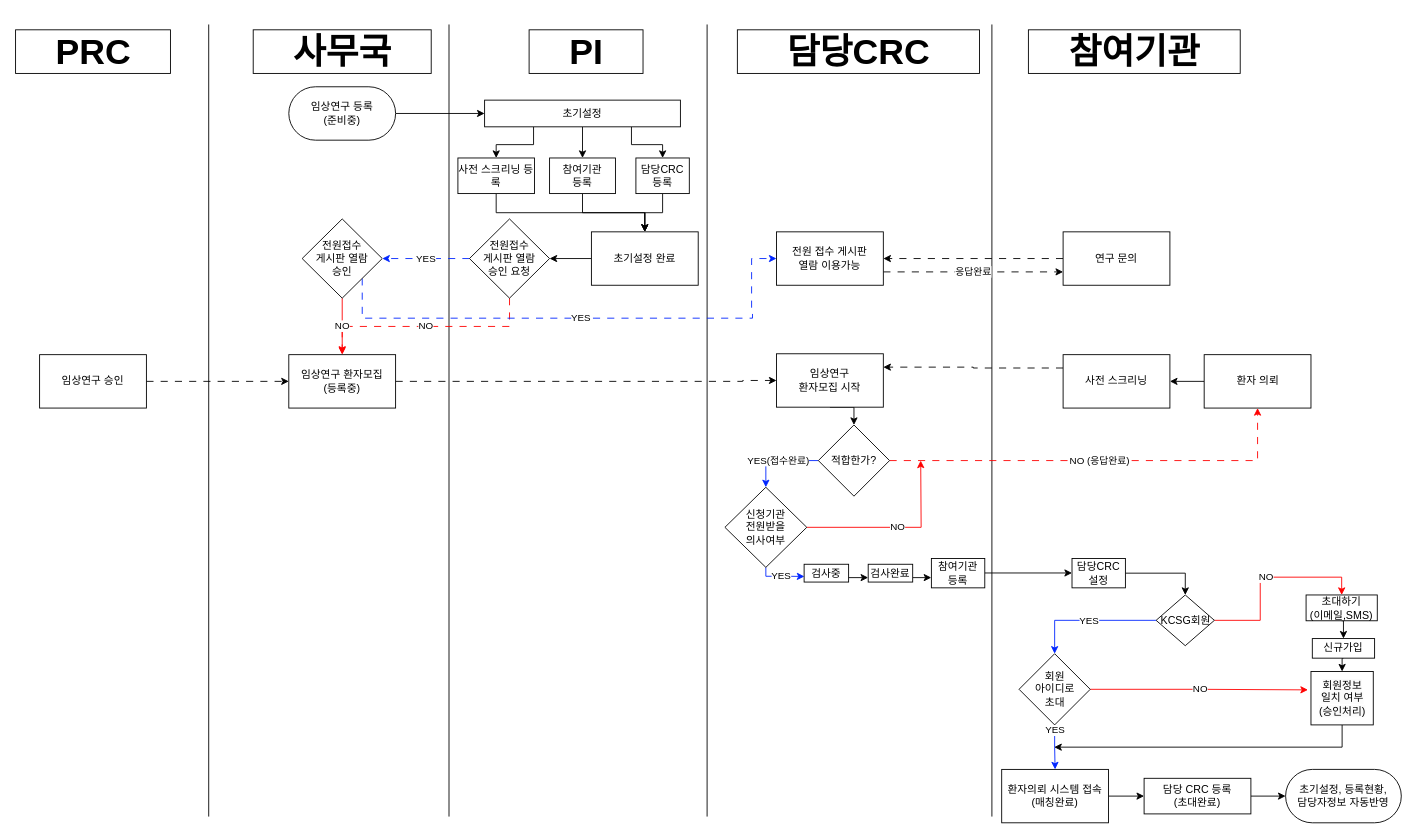
The draw.io diagram page "Process" (1 of 2) of Algo/withSystem.drawio in Mark1237200/Projects, before the edit. Source tidied: cells renumbered, new cells numbered last; positions are measured from the earlier drawing's top-left corner, leaving out a move shared by most shapes. Both pictures are drawn from the tidied source at 89%, with x=0, y=0 at pixel (39, 24).
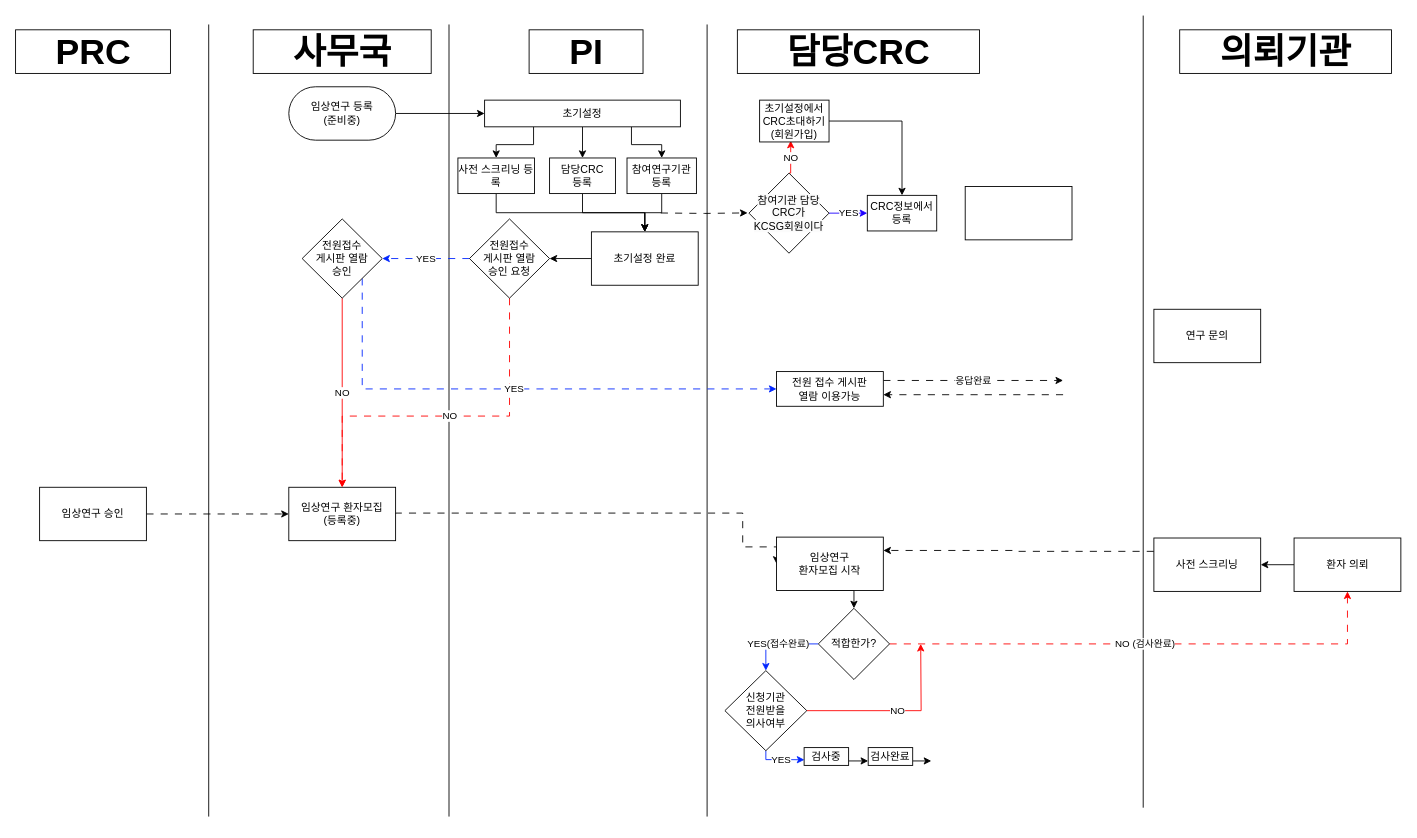
The same page after the edit.

Commit message:
KCSG process 1.3

The change refers to these unchanged cells:
```xml
<mxCell id="44" value="전원접수&lt;br&gt;게시판 열람&lt;br&gt;승인 요청" style="rhombus;whiteSpace=wrap;html=1;" parent="1" vertex="1">
  <mxGeometry x="483" y="218.5" width="90" height="89" as="geometry" />
</mxCell>
<mxCell id="47" value="전원접수&lt;br&gt;게시판 열람&lt;br&gt;승인" style="rhombus;whiteSpace=wrap;html=1;" parent="1" vertex="1">
  <mxGeometry x="295" y="218.5" width="90" height="89" as="geometry" />
</mxCell>
```

Diff of the diagram source:
```diff
@@
     <mxCell id="9" style="edgeStyle=orthogonalEdgeStyle;rounded=0;jettySize=auto;html=1;exitX=1;exitY=0.5;exitDx=0;exitDy=0;dashed=1;dashPattern=8 8;entryX=0;entryY=0.5;entryDx=0;entryDy=0;" parent="1" edge="1" source="10" target="54">
       <mxGeometry relative="1" as="geometry">
         <Array as="points">
-          <mxPoint x="790" y="400" />
+          <mxPoint x="790" y="549" />
+          <mxPoint x="790" y="587" />
         </Array>
       </mxGeometry>
     </mxCell>
     <mxCell id="10" value="임상연구 환자모집&lt;br&gt;(등록중)" style="rounded=0;whiteSpace=wrap;html=1;" parent="1" vertex="1">
-      <mxGeometry x="280" y="371" width="120" height="60" as="geometry" />
+      <mxGeometry x="280" y="520" width="120" height="60" as="geometry" />
     </mxCell>
     <mxCell id="11" style="endArrow=none;html=1;rounded=0;" parent="1" edge="1">
       <mxGeometry relative="1" as="geometry">
-        <mxPoint x="1070" y="890" as="sourcePoint" />
-        <mxPoint x="1070" as="targetPoint" />
+        <mxPoint x="1240" y="880" as="sourcePoint" />
+        <mxPoint x="1240" y="-10" as="targetPoint" />
       </mxGeometry>
     </mxCell>
-    <mxCell id="12" value="&amp;nbsp; &amp;nbsp; 참여기관&amp;nbsp; &amp;nbsp;&amp;nbsp;" style="text;strokeColor=none;fillColor=none;html=1;fontSize=40;fontStyle=1;verticalAlign=middle;align=center;labelBackgroundColor=#ffffff;labelBorderColor=default;" parent="1" vertex="1">
-      <mxGeometry x="1150" y="10" width="160" height="40" as="geometry" />
+    <mxCell id="12" value="&amp;nbsp; &amp;nbsp; 의뢰기관&amp;nbsp; &amp;nbsp;&amp;nbsp;" style="text;strokeColor=none;fillColor=none;html=1;fontSize=40;fontStyle=1;verticalAlign=middle;align=center;labelBackgroundColor=#ffffff;labelBorderColor=default;" parent="1" vertex="1">
+      <mxGeometry x="1320" y="10" width="160" height="40" as="geometry" />
     </mxCell>
-    <mxCell id="13" style="edgeStyle=orthogonalEdgeStyle;rounded=0;jettySize=auto;html=1;exitX=1;exitY=0.5;exitDx=0;exitDy=0;entryX=0;entryY=0.5;entryDx=0;entryDy=0;" parent="1" edge="1" source="14" target="26">
-      <mxGeometry relative="1" as="geometry" />
-    </mxCell>
-    <mxCell id="14" value="환자의뢰 시스템 접속&lt;br style=&quot;border-color: var(--border-color);&quot;&gt;(매칭완료)" style="whiteSpace=wrap;html=1;" parent="1" vertex="1">
-      <mxGeometry x="1081" y="837" width="120" height="60" as="geometry" />
-    </mxCell>
-    <mxCell id="15" style="edgeStyle=orthogonalEdgeStyle;rounded=0;jettySize=auto;html=1;exitX=0.5;exitY=1;exitDx=0;exitDy=0;entryX=0.5;entryY=0;entryDx=0;entryDy=0;" parent="1" edge="1" source="16" target="24">
-      <mxGeometry relative="1" as="geometry" />
-    </mxCell>
-    <mxCell id="16" value="신규가입" style="whiteSpace=wrap;html=1;" parent="1" vertex="1">
-      <mxGeometry x="1430" y="690" width="70" height="22" as="geometry" />
-    </mxCell>
-    <mxCell id="17" value="NO" style="edgeStyle=orthogonalEdgeStyle;rounded=0;jettySize=auto;html=1;exitX=1;exitY=0.5;exitDx=0;exitDy=0;entryX=0.5;entryY=0;entryDx=0;entryDy=0;strokeColor=#ff0000;" parent="1" edge="1" source="18" target="75">
-      <mxGeometry relative="1" as="geometry" />
-    </mxCell>
-    <mxCell id="18" value="KCSG회원" style="rhombus;whiteSpace=wrap;html=1;" parent="1" vertex="1">
-      <mxGeometry x="1254.5" y="641" width="65.5" height="57" as="geometry" />
-    </mxCell>
-    <mxCell id="19" value="YES" style="edgeStyle=orthogonalEdgeStyle;rounded=0;jettySize=auto;html=1;entryX=0.5;entryY=0;entryDx=0;entryDy=0;fillColor=#0050ef;strokeColor=#0026ff;" parent="1" edge="1" source="18" target="22">
-      <mxGeometry relative="1" as="geometry" />
-    </mxCell>
-    <mxCell id="20" value="YES" style="edgeStyle=orthogonalEdgeStyle;rounded=0;jettySize=auto;html=1;exitX=0.5;exitY=1;exitDx=0;exitDy=0;entryX=0.5;entryY=0;entryDx=0;entryDy=0;fillColor=#0050ef;strokeColor=#0026ff;" parent="1" edge="1" source="22" target="14">
-      <mxGeometry x="-0.76" relative="1" as="geometry" />
-    </mxCell>
-    <mxCell id="21" value="NO" style="edgeStyle=orthogonalEdgeStyle;rounded=0;jettySize=auto;html=1;exitX=1;exitY=0.5;exitDx=0;exitDy=0;entryX=-0.048;entryY=0.344;entryDx=0;entryDy=0;entryPerimeter=0;strokeColor=#ff0000;" parent="1" edge="1" source="22" target="24">
-      <mxGeometry relative="1" as="geometry" />
-    </mxCell>
-    <mxCell id="22" value="회원&lt;br&gt;아이디로&lt;br&gt;초대" style="rhombus;whiteSpace=wrap;html=1;" parent="1" vertex="1">
-      <mxGeometry x="1100.5" y="707" width="80" height="80" as="geometry" />
-    </mxCell>
-    <mxCell id="23" style="edgeStyle=orthogonalEdgeStyle;rounded=0;jettySize=auto;html=1;exitX=0.5;exitY=1;exitDx=0;exitDy=0;" parent="1" edge="1" source="24">
-      <mxGeometry relative="1" as="geometry">
-        <mxPoint x="1140" y="812" as="targetPoint" />
-        <Array as="points">
-          <mxPoint x="1463" y="812" />
-        </Array>
-      </mxGeometry>
-    </mxCell>
-    <mxCell id="24" value="&lt;span style=&quot;color: rgb(0, 0, 0); font-family: Helvetica; font-size: 12px; font-style: normal; font-variant-ligatures: normal; font-variant-caps: normal; font-weight: 400; letter-spacing: normal; orphans: 2; text-align: center; text-indent: 0px; text-transform: none; widows: 2; word-spacing: 0px; -webkit-text-stroke-width: 0px; background-color: rgb(251, 251, 251); text-decoration-thickness: initial; text-decoration-style: initial; text-decoration-color: initial; float: none; display: inline !important;&quot;&gt;회원정보&lt;/span&gt;&lt;br style=&quot;border-color: var(--border-color); color: rgb(0, 0, 0); font-family: Helvetica; font-size: 12px; font-style: normal; font-variant-ligatures: normal; font-variant-caps: normal; font-weight: 400; letter-spacing: normal; orphans: 2; text-align: center; text-indent: 0px; text-transform: none; widows: 2; word-spacing: 0px; -webkit-text-stroke-width: 0px; background-color: rgb(251, 251, 251); text-decoration-thickness: initial; text-decoration-style: initial; text-decoration-color: initial;&quot;&gt;&lt;span style=&quot;color: rgb(0, 0, 0); font-family: Helvetica; font-size: 12px; font-style: normal; font-variant-ligatures: normal; font-variant-caps: normal; font-weight: 400; letter-spacing: normal; orphans: 2; text-align: center; text-indent: 0px; text-transform: none; widows: 2; word-spacing: 0px; -webkit-text-stroke-width: 0px; background-color: rgb(251, 251, 251); text-decoration-thickness: initial; text-decoration-style: initial; text-decoration-color: initial; float: none; display: inline !important;&quot;&gt;일치 여부&lt;/span&gt;&lt;br style=&quot;border-color: var(--border-color); color: rgb(0, 0, 0); font-family: Helvetica; font-size: 12px; font-style: normal; font-variant-ligatures: normal; font-variant-caps: normal; font-weight: 400; letter-spacing: normal; orphans: 2; text-align: center; text-indent: 0px; text-transform: none; widows: 2; word-spacing: 0px; -webkit-text-stroke-width: 0px; background-color: rgb(251, 251, 251); text-decoration-thickness: initial; text-decoration-style: initial; text-decoration-color: initial;&quot;&gt;&lt;span style=&quot;color: rgb(0, 0, 0); font-family: Helvetica; font-size: 12px; font-style: normal; font-variant-ligatures: normal; font-variant-caps: normal; font-weight: 400; letter-spacing: normal; orphans: 2; text-align: center; text-indent: 0px; text-transform: none; widows: 2; word-spacing: 0px; -webkit-text-stroke-width: 0px; background-color: rgb(251, 251, 251); text-decoration-thickness: initial; text-decoration-style: initial; text-decoration-color: initial; float: none; display: inline !important;&quot;&gt;(승인처리)&lt;/span&gt;" style="whiteSpace=wrap;html=1;" parent="1" vertex="1">
-      <mxGeometry x="1428.5" y="727" width="70" height="60" as="geometry" />
-    </mxCell>
-    <mxCell id="25" style="edgeStyle=orthogonalEdgeStyle;rounded=0;jettySize=auto;html=1;exitX=1;exitY=0.5;exitDx=0;exitDy=0;entryX=0;entryY=0.5;entryDx=0;entryDy=0;" parent="1" edge="1" source="26" target="27">
-      <mxGeometry relative="1" as="geometry" />
-    </mxCell>
-    <mxCell id="26" value="담당 CRC 등록&lt;br&gt;(초대완료)" style="whiteSpace=wrap;html=1;" parent="1" vertex="1">
-      <mxGeometry x="1241" y="847" width="120" height="40" as="geometry" />
-    </mxCell>
-    <mxCell id="27" value="초기설정, 등록현황,&lt;br&gt;담당자정보 자동반영" style="rounded=1;whiteSpace=wrap;html=1;arcSize=50;" parent="1" vertex="1">
-      <mxGeometry x="1400" y="837" width="130" height="60" as="geometry" />
-    </mxCell>
@@
-    <mxCell id="33" value="참여기관&lt;br&gt;등록" style="rounded=0;whiteSpace=wrap;html=1;" parent="1" vertex="1">
+    <mxCell id="33" value="담당CRC&lt;br&gt;등록" style="rounded=0;whiteSpace=wrap;html=1;" parent="1" vertex="1">
       <mxGeometry x="573" y="150" width="74" height="40" as="geometry" />
     </mxCell>
@@
-    <mxCell id="35" value="담당CRC&lt;br&gt;등록" style="rounded=0;whiteSpace=wrap;html=1;" parent="1" vertex="1">
-      <mxGeometry x="670" y="150" width="60" height="40" as="geometry" />
+    <mxCell id="35" value="참여연구기관 등록" style="rounded=0;whiteSpace=wrap;html=1;" parent="1" vertex="1">
+      <mxGeometry x="660" y="150" width="78" height="40" as="geometry" />
     </mxCell>
@@
-    <mxCell id="40" style="edgeStyle=orthogonalEdgeStyle;rounded=0;jettySize=auto;html=1;exitX=0;exitY=0.5;exitDx=0;exitDy=0;entryX=1;entryY=0.5;entryDx=0;entryDy=0;dashed=1;dashPattern=8 8;" parent="1" edge="1" source="41" target="51">
-      <mxGeometry relative="1" as="geometry" />
+    <mxCell id="40" style="edgeStyle=orthogonalEdgeStyle;rounded=0;orthogonalLoop=1;jettySize=auto;html=1;exitX=0;exitY=0.5;exitDx=0;exitDy=0;entryX=1;entryY=0.5;entryDx=0;entryDy=0;dashed=1;dashPattern=8 8;" parent="1" edge="1">
+      <mxGeometry relative="1" as="geometry">
+        <mxPoint x="1150" y="416" as="sourcePoint" />
+        <mxPoint x="948" y="416" as="targetPoint" />
+      </mxGeometry>
     </mxCell>
     <mxCell id="41" value="연구 문의" style="rounded=0;whiteSpace=wrap;html=1;" parent="1" vertex="1">
-      <mxGeometry x="1150" y="233" width="120" height="60" as="geometry" />
+      <mxGeometry x="1252" y="320" width="120" height="60" as="geometry" />
     </mxCell>
     <mxCell id="42" value="NO" style="edgeStyle=orthogonalEdgeStyle;rounded=0;jettySize=auto;html=1;exitX=0.5;exitY=1;exitDx=0;exitDy=0;entryX=0.5;entryY=0;entryDx=0;entryDy=0;dashed=1;dashPattern=8 8;fillColor=#e51400;strokeColor=#ff0000;" parent="1" edge="1" source="44" target="10">
-      <mxGeometry relative="1" as="geometry" />
+      <mxGeometry relative="1" as="geometry">
+        <Array as="points">
+          <mxPoint x="528" y="440" />
+          <mxPoint x="340" y="440" />
+        </Array>
+      </mxGeometry>
     </mxCell>
@@
     <mxCell id="45" value="NO" style="edgeStyle=orthogonalEdgeStyle;rounded=0;jettySize=auto;html=1;exitX=0.5;exitY=1;exitDx=0;exitDy=0;fillColor=#d80073;strokeColor=#ff0000;" parent="1" edge="1" source="47">
       <mxGeometry relative="1" as="geometry">
-        <mxPoint x="340" y="370" as="targetPoint" />
+        <mxPoint x="340" y="520" as="targetPoint" />
       </mxGeometry>
     </mxCell>
     <mxCell id="46" value="YES" style="edgeStyle=orthogonalEdgeStyle;rounded=0;jettySize=auto;html=1;exitX=1;exitY=1;exitDx=0;exitDy=0;dashed=1;dashPattern=8 8;entryX=0;entryY=0.5;entryDx=0;entryDy=0;fillColor=#0050ef;strokeColor=#0026ff;" parent="1" edge="1" source="47" target="51">
       <mxGeometry relative="1" as="geometry">
         <Array as="points">
-          <mxPoint x="363" y="330" />
-          <mxPoint x="801" y="330" />
-          <mxPoint x="801" y="320" />
-          <mxPoint x="800" y="320" />
-          <mxPoint x="800" y="263" />
+          <mxPoint x="363" y="410" />
         </Array>
       </mxGeometry>
     </mxCell>
@@
     <mxCell id="49" value="사전 스크리닝" style="rounded=0;whiteSpace=wrap;html=1;" parent="1" vertex="1">
-      <mxGeometry x="1150" y="371" width="120" height="60" as="geometry" />
+      <mxGeometry x="1252" y="577" width="120" height="60" as="geometry" />
     </mxCell>
-    <mxCell id="50" value="응답완료" style="edgeStyle=orthogonalEdgeStyle;rounded=0;jettySize=auto;html=1;exitX=1;exitY=0.75;exitDx=0;exitDy=0;entryX=0;entryY=0.75;entryDx=0;entryDy=0;dashed=1;dashPattern=8 8;" parent="1" edge="1" source="51" target="41">
-      <mxGeometry relative="1" as="geometry" />
+    <mxCell id="50" value="응답완료" style="edgeStyle=orthogonalEdgeStyle;rounded=0;orthogonalLoop=1;jettySize=auto;html=1;exitX=1;exitY=0.75;exitDx=0;exitDy=0;entryX=0;entryY=0.75;entryDx=0;entryDy=0;dashed=1;dashPattern=8 8;" parent="1" edge="1">
+      <mxGeometry relative="1" as="geometry">
+        <mxPoint x="948" y="400" as="sourcePoint" />
+        <mxPoint x="1150" y="400" as="targetPoint" />
+      </mxGeometry>
     </mxCell>
     <mxCell id="51" value="전원 접수 게시판&lt;br&gt;열람 이용가능" style="rounded=0;whiteSpace=wrap;html=1;" parent="1" vertex="1">
-      <mxGeometry x="828" y="233" width="120" height="60" as="geometry" />
+      <mxGeometry x="828" y="390" width="120" height="39" as="geometry" />
     </mxCell>
-    <mxCell id="52" value="NO (응답완료)" style="edgeStyle=orthogonalEdgeStyle;rounded=0;jettySize=auto;html=1;exitX=1;exitY=0.5;exitDx=0;exitDy=0;entryX=0.5;entryY=1;entryDx=0;entryDy=0;dashed=1;dashPattern=8 8;strokeColor=#ff0000;" parent="1" edge="1" source="58" target="56">
+    <mxCell id="52" value="NO (검사완료)" style="edgeStyle=orthogonalEdgeStyle;rounded=0;jettySize=auto;html=1;exitX=1;exitY=0.5;exitDx=0;exitDy=0;entryX=0.5;entryY=1;entryDx=0;entryDy=0;dashed=1;dashPattern=8 8;strokeColor=#ff0000;" parent="1" edge="1" source="58" target="56">
       <mxGeometry relative="1" as="geometry" />
     </mxCell>
@@
     <mxCell id="54" value="임상연구&lt;br&gt;환자모집 시작" style="rounded=0;whiteSpace=wrap;html=1;" parent="1" vertex="1">
-      <mxGeometry x="828" y="370" width="120" height="60" as="geometry" />
+      <mxGeometry x="828" y="576" width="120" height="60" as="geometry" />
     </mxCell>
@@
     <mxCell id="56" value="환자 의뢰" style="rounded=0;whiteSpace=wrap;html=1;" parent="1" vertex="1">
-      <mxGeometry x="1308.5" y="371" width="120" height="60" as="geometry" />
+      <mxGeometry x="1409.5" y="577" width="120" height="60" as="geometry" />
     </mxCell>
@@
     <mxCell id="58" value="적합한가?" style="rhombus;whiteSpace=wrap;html=1;" parent="1" vertex="1">
-      <mxGeometry x="875" y="450" width="80" height="80" as="geometry" />
+      <mxGeometry x="875" y="656" width="80" height="80" as="geometry" />
     </mxCell>
     <mxCell id="59" value="NO" style="edgeStyle=orthogonalEdgeStyle;rounded=0;jettySize=auto;html=1;exitX=1;exitY=0.5;exitDx=0;exitDy=0;strokeColor=#ff0000;" parent="1" edge="1" source="61">
       <mxGeometry relative="1" as="geometry">
-        <mxPoint x="990" y="490" as="targetPoint" />
+        <mxPoint x="990" y="696" as="targetPoint" />
       </mxGeometry>
     </mxCell>
     <mxCell id="60" value="YES" style="edgeStyle=orthogonalEdgeStyle;rounded=0;jettySize=auto;html=1;exitX=0.5;exitY=1;exitDx=0;exitDy=0;entryX=0.007;entryY=0.685;entryDx=0;entryDy=0;entryPerimeter=0;fillColor=#0050ef;strokeColor=#0026ff;" parent="1" edge="1" source="61" target="65">
       <mxGeometry relative="1" as="geometry">
         <Array as="points">
-          <mxPoint x="816" y="620" />
-          <mxPoint x="840" y="620" />
+          <mxPoint x="816" y="826" />
+          <mxPoint x="840" y="826" />
         </Array>
       </mxGeometry>
     </mxCell>
     <mxCell id="61" value="신청기관&lt;br&gt;전원받을&lt;br&gt;의사여부" style="rhombus;whiteSpace=wrap;html=1;" parent="1" vertex="1">
-      <mxGeometry x="770" y="520" width="92" height="90" as="geometry" />
+      <mxGeometry x="770" y="726" width="92" height="90" as="geometry" />
     </mxCell>
-    <mxCell id="62" style="edgeStyle=orthogonalEdgeStyle;rounded=0;jettySize=auto;html=1;exitX=1;exitY=0.75;exitDx=0;exitDy=0;entryX=-0.001;entryY=0.655;entryDx=0;entryDy=0;entryPerimeter=0;" parent="1" edge="1" source="63" target="67">
-      <mxGeometry relative="1" as="geometry" />
+    <mxCell id="62" style="edgeStyle=orthogonalEdgeStyle;rounded=0;jettySize=auto;html=1;exitX=1;exitY=0.75;exitDx=0;exitDy=0;entryX=-0.001;entryY=0.655;entryDx=0;entryDy=0;entryPerimeter=0;" parent="1" edge="1" source="63">
+      <mxGeometry relative="1" as="geometry">
+        <mxPoint x="1001.9" y="827.6" as="targetPoint" />
+      </mxGeometry>
     </mxCell>
     <mxCell id="63" value="검사완료" style="rounded=0;whiteSpace=wrap;html=1;" parent="1" vertex="1">
-      <mxGeometry x="931" y="606.5" width="50" height="20" as="geometry" />
+      <mxGeometry x="931" y="812.5" width="50" height="20" as="geometry" />
     </mxCell>
@@
     <mxCell id="65" value="검사중" style="rounded=0;whiteSpace=wrap;html=1;" parent="1" vertex="1">
-      <mxGeometry x="859" y="606.5" width="50" height="20" as="geometry" />
+      <mxGeometry x="859" y="812.5" width="50" height="20" as="geometry" />
     </mxCell>
-    <mxCell id="66" style="edgeStyle=orthogonalEdgeStyle;rounded=0;orthogonalLoop=1;jettySize=auto;html=1;exitX=1;exitY=0.75;exitDx=0;exitDy=0;" parent="1" edge="1">
-      <mxGeometry relative="1" as="geometry">
-        <mxPoint x="1062" y="616.3" as="sourcePoint" />
-        <mxPoint x="1160" y="616.3" as="targetPoint" />
-      </mxGeometry>
-    </mxCell>
-    <mxCell id="67" value="참여기관&lt;br&gt;등록" style="rounded=0;whiteSpace=wrap;html=1;" parent="1" vertex="1">
-      <mxGeometry x="1002" y="600" width="60" height="33" as="geometry" />
-    </mxCell>
@@
     <mxCell id="71" value="임상연구 승인" style="rounded=0;whiteSpace=wrap;html=1;" parent="1" vertex="1">
-      <mxGeometry y="371" width="120" height="60" as="geometry" />
+      <mxGeometry y="520" width="120" height="60" as="geometry" />
     </mxCell>
-    <mxCell id="72" style="edgeStyle=orthogonalEdgeStyle;rounded=0;jettySize=auto;html=1;exitX=1;exitY=0.5;exitDx=0;exitDy=0;entryX=0.5;entryY=0;entryDx=0;entryDy=0;" parent="1" edge="1" source="73" target="18">
-      <mxGeometry relative="1" as="geometry" />
-    </mxCell>
-    <mxCell id="73" value="담당CRC 설정" style="rounded=0;whiteSpace=wrap;html=1;" parent="1" vertex="1">
-      <mxGeometry x="1160" y="600" width="60" height="33" as="geometry" />
-    </mxCell>
-    <mxCell id="74" style="edgeStyle=orthogonalEdgeStyle;rounded=0;jettySize=auto;html=1;exitX=0.5;exitY=1;exitDx=0;exitDy=0;entryX=0.5;entryY=0;entryDx=0;entryDy=0;" parent="1" edge="1" source="75" target="16">
-      <mxGeometry relative="1" as="geometry" />
-    </mxCell>
-    <mxCell id="75" value="초대하기&lt;br&gt;(이메일,SMS)" style="rounded=0;whiteSpace=wrap;html=1;" parent="1" vertex="1">
-      <mxGeometry x="1423" y="641" width="80" height="29" as="geometry" />
-    </mxCell>
+    <mxCell id="66" style="edgeStyle=orthogonalEdgeStyle;rounded=0;orthogonalLoop=1;jettySize=auto;html=1;dashed=1;dashPattern=8 8;" parent="1" edge="1">
+      <mxGeometry relative="1" as="geometry">
+        <mxPoint x="698" y="211.8" as="sourcePoint" />
+        <mxPoint x="795.5" y="211.7" as="targetPoint" />
+      </mxGeometry>
+    </mxCell>
+    <mxCell id="76" value="NO" style="edgeStyle=orthogonalEdgeStyle;rounded=0;jettySize=auto;html=1;exitX=0.5;exitY=0;exitDx=0;exitDy=0;entryX=0.448;entryY=0.97;entryDx=0;entryDy=0;entryPerimeter=0;strokeColor=#ff0000;" parent="1" edge="1" source="78" target="81">
+      <mxGeometry relative="1" as="geometry" />
+    </mxCell>
+    <mxCell id="77" value="YES" style="edgeStyle=orthogonalEdgeStyle;rounded=0;jettySize=auto;html=1;exitX=1;exitY=0.5;exitDx=0;exitDy=0;entryX=0;entryY=0.5;entryDx=0;entryDy=0;strokeColor=#1e00ff;" parent="1" edge="1" source="78" target="79">
+      <mxGeometry relative="1" as="geometry" />
+    </mxCell>
+    <mxCell id="78" value="&lt;span style=&quot;color: rgb(0, 0, 0); font-family: Helvetica; font-size: 12px; font-style: normal; font-variant-ligatures: normal; font-variant-caps: normal; font-weight: 400; letter-spacing: normal; orphans: 2; text-align: center; text-indent: 0px; text-transform: none; widows: 2; word-spacing: 0px; -webkit-text-stroke-width: 0px; background-color: rgb(251, 251, 251); text-decoration-thickness: initial; text-decoration-style: initial; text-decoration-color: initial; float: none; display: inline !important;&quot;&gt;참여기관 담당CRC가&lt;/span&gt;&lt;br style=&quot;border-color: var(--border-color); color: rgb(0, 0, 0); font-family: Helvetica; font-size: 12px; font-style: normal; font-variant-ligatures: normal; font-variant-caps: normal; font-weight: 400; letter-spacing: normal; orphans: 2; text-align: center; text-indent: 0px; text-transform: none; widows: 2; word-spacing: 0px; -webkit-text-stroke-width: 0px; background-color: rgb(251, 251, 251); text-decoration-thickness: initial; text-decoration-style: initial; text-decoration-color: initial;&quot;&gt;&lt;span style=&quot;color: rgb(0, 0, 0); font-family: Helvetica; font-size: 12px; font-style: normal; font-variant-ligatures: normal; font-variant-caps: normal; font-weight: 400; letter-spacing: normal; orphans: 2; text-align: center; text-indent: 0px; text-transform: none; widows: 2; word-spacing: 0px; -webkit-text-stroke-width: 0px; background-color: rgb(251, 251, 251); text-decoration-thickness: initial; text-decoration-style: initial; text-decoration-color: initial; float: none; display: inline !important;&quot;&gt;KCSG회원이다&lt;/span&gt;" style="rhombus;whiteSpace=wrap;html=1;" parent="1" vertex="1">
+      <mxGeometry x="797" y="167" width="90" height="90" as="geometry" />
+    </mxCell>
+    <mxCell id="79" value="CRC정보에서&lt;br&gt;등록" style="rounded=0;whiteSpace=wrap;html=1;" parent="1" vertex="1">
+      <mxGeometry x="930" y="192" width="78" height="40" as="geometry" />
+    </mxCell>
+    <mxCell id="80" style="edgeStyle=orthogonalEdgeStyle;rounded=0;jettySize=auto;html=1;exitX=1;exitY=0.5;exitDx=0;exitDy=0;entryX=0.5;entryY=0;entryDx=0;entryDy=0;" parent="1" edge="1" source="81" target="79">
+      <mxGeometry relative="1" as="geometry" />
+    </mxCell>
+    <mxCell id="81" value="초기설정에서&lt;br&gt;CRC초대하기&lt;br&gt;(회원가입)" style="rounded=0;whiteSpace=wrap;html=1;" parent="1" vertex="1">
+      <mxGeometry x="809" y="85" width="78" height="47" as="geometry" />
+    </mxCell>
+    <mxCell id="82" style="rounded=0;whiteSpace=wrap;html=1;" parent="1" vertex="1">
+      <mxGeometry x="1040" y="182" width="120" height="60" as="geometry" />
+    </mxCell>
```
